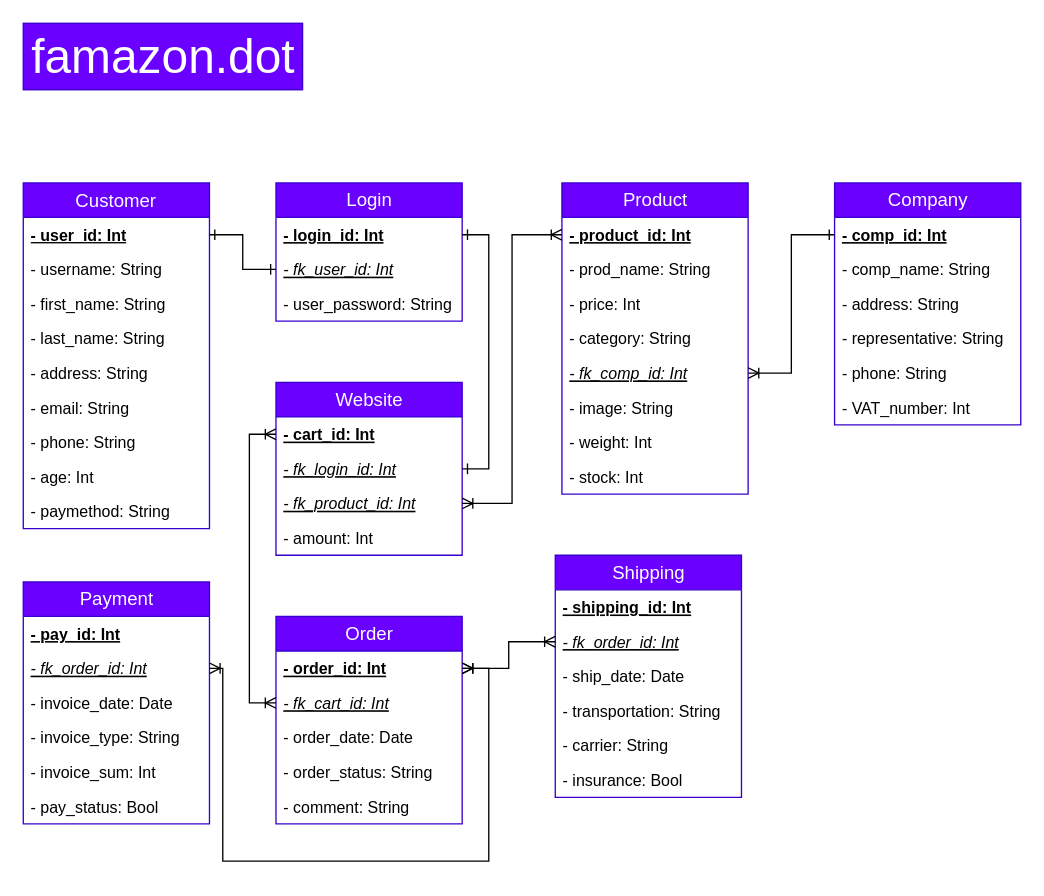
This is famazon_db_development/step3_db_UML-diagram.drawio from Senimtra/CF-CodeReview-09, a draw.io file, before an edit. Source tidied: cells renumbered, new cells numbered last; positions are measured from the earlier drawing's top-left corner, leaving out a move shared by most shapes. Both pictures are drawn from the tidied source at 133%, with x=0, y=0 at pixel (23, 23).
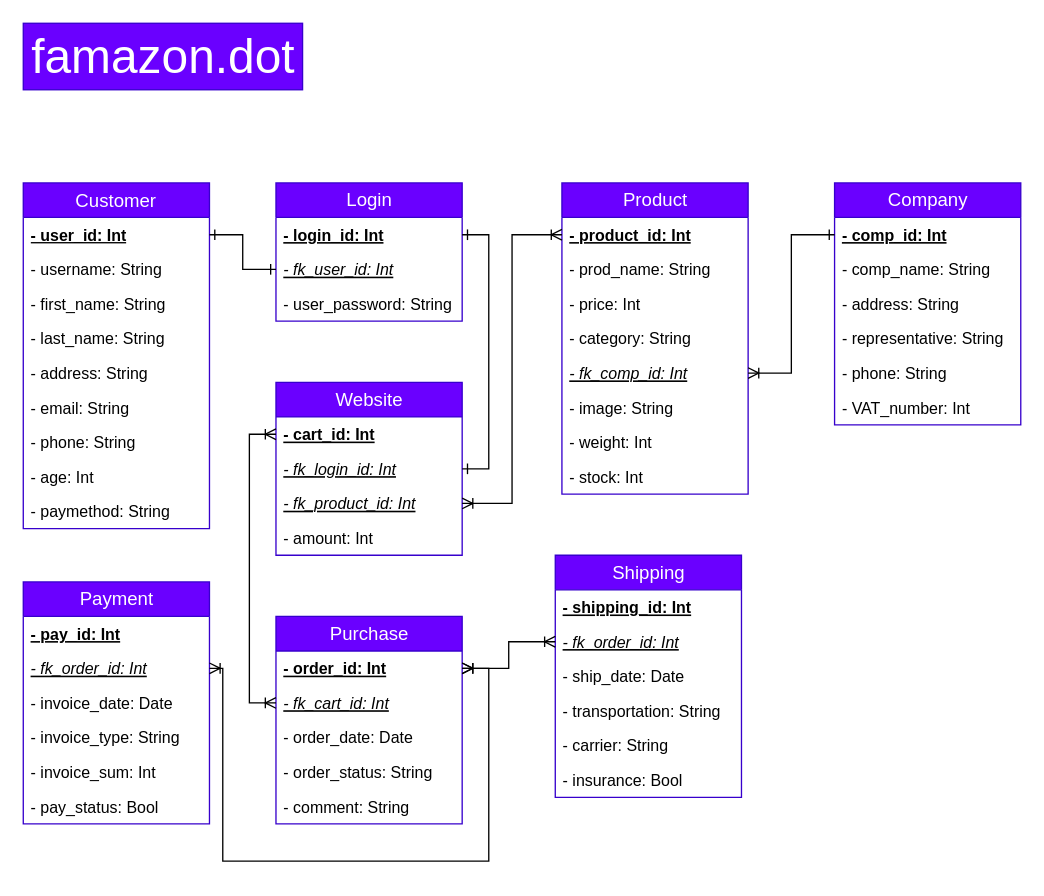
Above is the later version.

The edit, as a diff of the source:
```diff
@@
-    <mxCell id="42" value="Order" style="swimlane;fontStyle=0;horizontal=1;startSize=26;fillColor=#6a00ff;strokeColor=#3700CC;fontSize=14;html=1;fontColor=#ffffff;" parent="1" vertex="1">
+    <mxCell id="42" value="Purchase" style="swimlane;fontStyle=0;horizontal=1;startSize=26;fillColor=#6a00ff;strokeColor=#3700CC;fontSize=14;html=1;fontColor=#ffffff;" parent="1" vertex="1">
       <mxGeometry x="190" y="446" width="140" height="156" as="geometry" />
     </mxCell>
```
